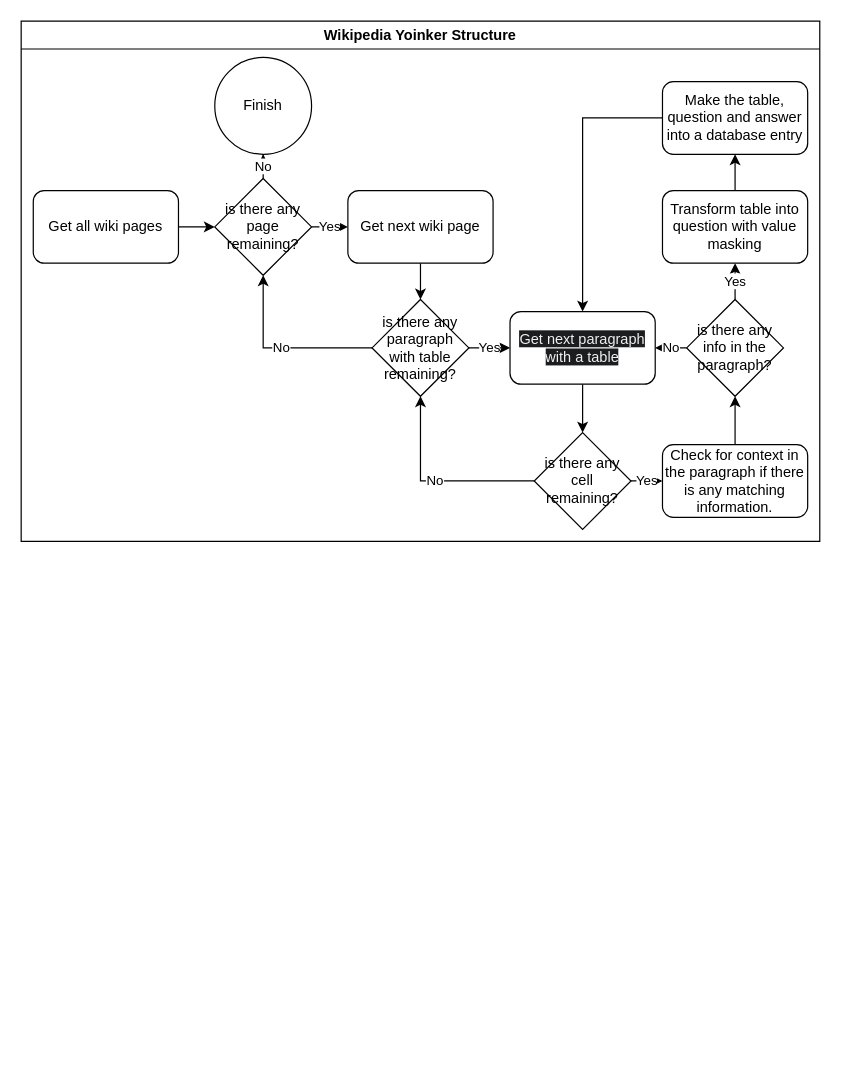
Earlier version of the draw.io diagram page "Wikipedia" (4 of 4) of docs/documentation.drawio (GaborToth103/QATesting). Source tidied: cells renumbered, new cells numbered last; positions are measured from the earlier drawing's top-left corner, leaving out a move shared by most shapes. Both pictures are drawn from the tidied source at 121%, with x=0, y=0 at pixel (21, 21).
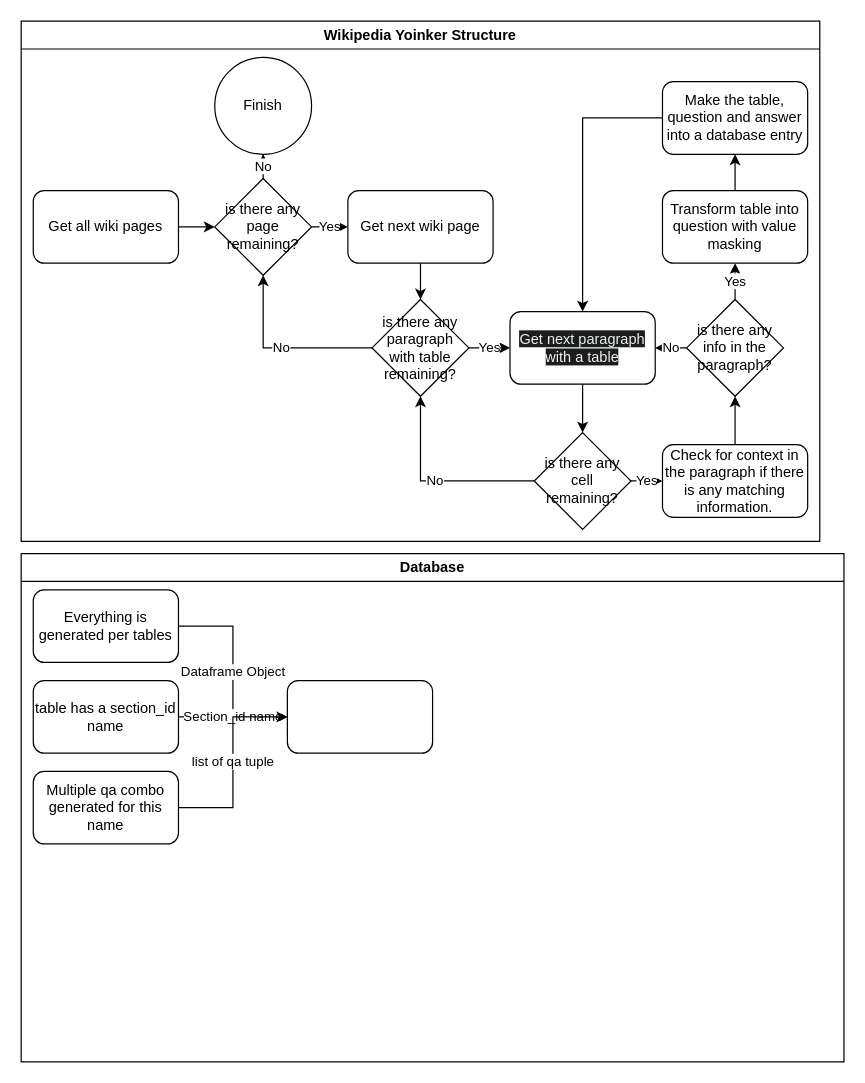
Above is the later version.

Commit message (it also covers changes not shown here):
Extending database and wikiyoinker test cases

Diff of the diagram source:
```diff
@@
+    <mxCell id="28" value="Database" style="swimlane;whiteSpace=wrap;html=1;" parent="1" vertex="1">
+      <mxGeometry y="440" width="680" height="420" as="geometry" />
+    </mxCell>
+    <mxCell id="29" value="Dataframe Object" style="edgeStyle=orthogonalEdgeStyle;rounded=0;jettySize=auto;html=1;entryX=0;entryY=0.5;entryDx=0;entryDy=0;" parent="28" edge="1" source="30" target="35">
+      <mxGeometry relative="1" as="geometry" />
+    </mxCell>
+    <mxCell id="30" value="Everything is generated per tables" style="rounded=1;whiteSpace=wrap;html=1;" parent="28" vertex="1">
+      <mxGeometry x="10" y="30" width="120" height="60" as="geometry" />
+    </mxCell>
+    <mxCell id="31" value="Section_id name" style="edgeStyle=orthogonalEdgeStyle;rounded=0;jettySize=auto;html=1;" parent="28" edge="1" source="32" target="35">
+      <mxGeometry relative="1" as="geometry" />
+    </mxCell>
+    <mxCell id="32" value="table has a section_id name" style="rounded=1;whiteSpace=wrap;html=1;" parent="28" vertex="1">
+      <mxGeometry x="10" y="105" width="120" height="60" as="geometry" />
+    </mxCell>
+    <mxCell id="33" value="list of qa tuple" style="edgeStyle=orthogonalEdgeStyle;rounded=0;jettySize=auto;html=1;entryX=0;entryY=0.5;entryDx=0;entryDy=0;" parent="28" edge="1" source="34" target="35">
+      <mxGeometry relative="1" as="geometry" />
+    </mxCell>
+    <mxCell id="34" value="Multiple qa combo generated for this name" style="rounded=1;whiteSpace=wrap;html=1;" parent="28" vertex="1">
+      <mxGeometry x="10" y="180" width="120" height="60" as="geometry" />
+    </mxCell>
+    <mxCell id="35" style="rounded=1;whiteSpace=wrap;html=1;" parent="28" vertex="1">
+      <mxGeometry x="220" y="105" width="120" height="60" as="geometry" />
+    </mxCell>
```
